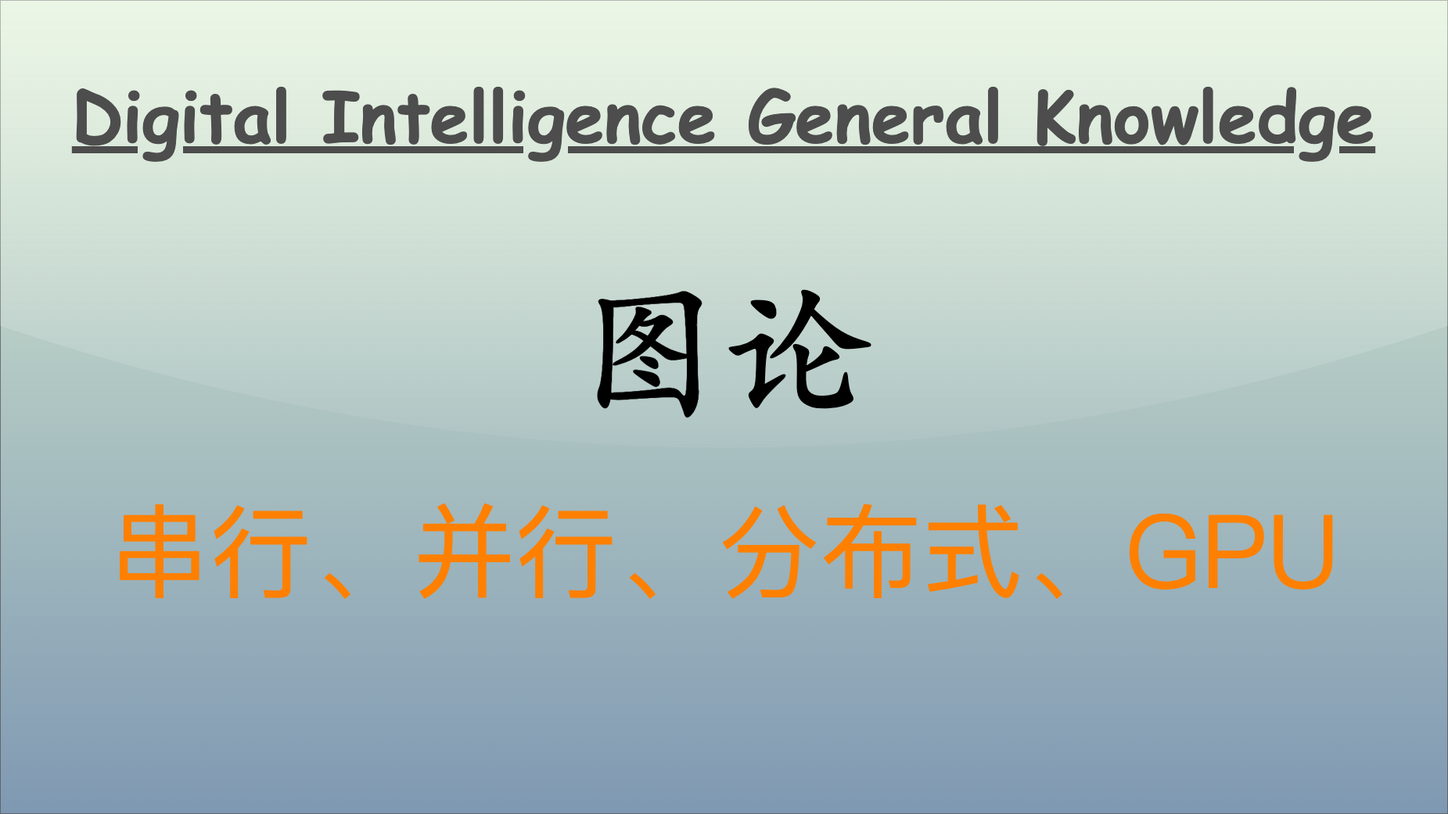
ThreeFish-AI/threefish-ai.github.io keeps this draw.io diagram as articles/general/the-essence-of-computing/assets/计算思维：串行、并行、分布式、GPU.drawio.png. Above is the earlier version. Source tidied: cells renumbered, new cells last; positions are measured from the earlier drawing's top-left corner, leaving out a move shared by most shapes. Source of this version:
```xml
<mxGraphModel>
  <root>
    <mxCell id="0" />
    <mxCell id="1" parent="0" />
    <mxCell id="2" style="rounded=0;whiteSpace=wrap;html=1;spacingLeft=470;opacity=50;textOpacity=50;gradientColor=#003366;fillColor=#B9E0A5;glass=1;shadow=0;" parent="1" vertex="1">
      <mxGeometry width="1850" height="1040" as="geometry" />
    </mxCell>
    <mxCell id="3" value="&lt;span style=&quot;font-family: 宋体; text-align: left; background-color: initial;&quot;&gt;&lt;font color=&quot;#ff8000&quot;&gt;串行、并行、分布式、GPU&lt;/font&gt;&lt;/span&gt;" style="text;html=1;align=center;verticalAlign=middle;strokeColor=none;fillColor=none;fontSize=130;fontColor=default;" parent="1" vertex="1">
      <mxGeometry x="125" y="620" width="1600" height="170" as="geometry" />
    </mxCell>
    <mxCell id="4" value="Digital Intelligence General Knowledge" style="text;align=center;verticalAlign=top;strokeColor=none;fillColor=none;fontColor=#4D4D4D;fontFamily=Comic Sans MS;rotation=0;rounded=0;labelBackgroundColor=none;labelBorderColor=none;gradientColor=#B3B3B3;textShadow=0;fontSize=90;fontStyle=5;" parent="1" vertex="1">
      <mxGeometry x="80" y="86" width="1690" height="120" as="geometry" />
    </mxCell>
    <mxCell id="5" value="&lt;font size=&quot;1&quot; style=&quot;&quot;&gt;&lt;b style=&quot;&quot;&gt;&lt;span style=&quot;font-size: 190px;&quot;&gt;图论&lt;/span&gt;&lt;/b&gt;&lt;/font&gt;" style="text;html=1;align=center;verticalAlign=middle;strokeColor=none;fillColor=none;fontColor=#000000;fontFamily=Kaiti SC;" parent="1" vertex="1">
      <mxGeometry x="725" y="320" width="400" height="240" as="geometry" />
    </mxCell>
  </root>
</mxGraphModel>
```
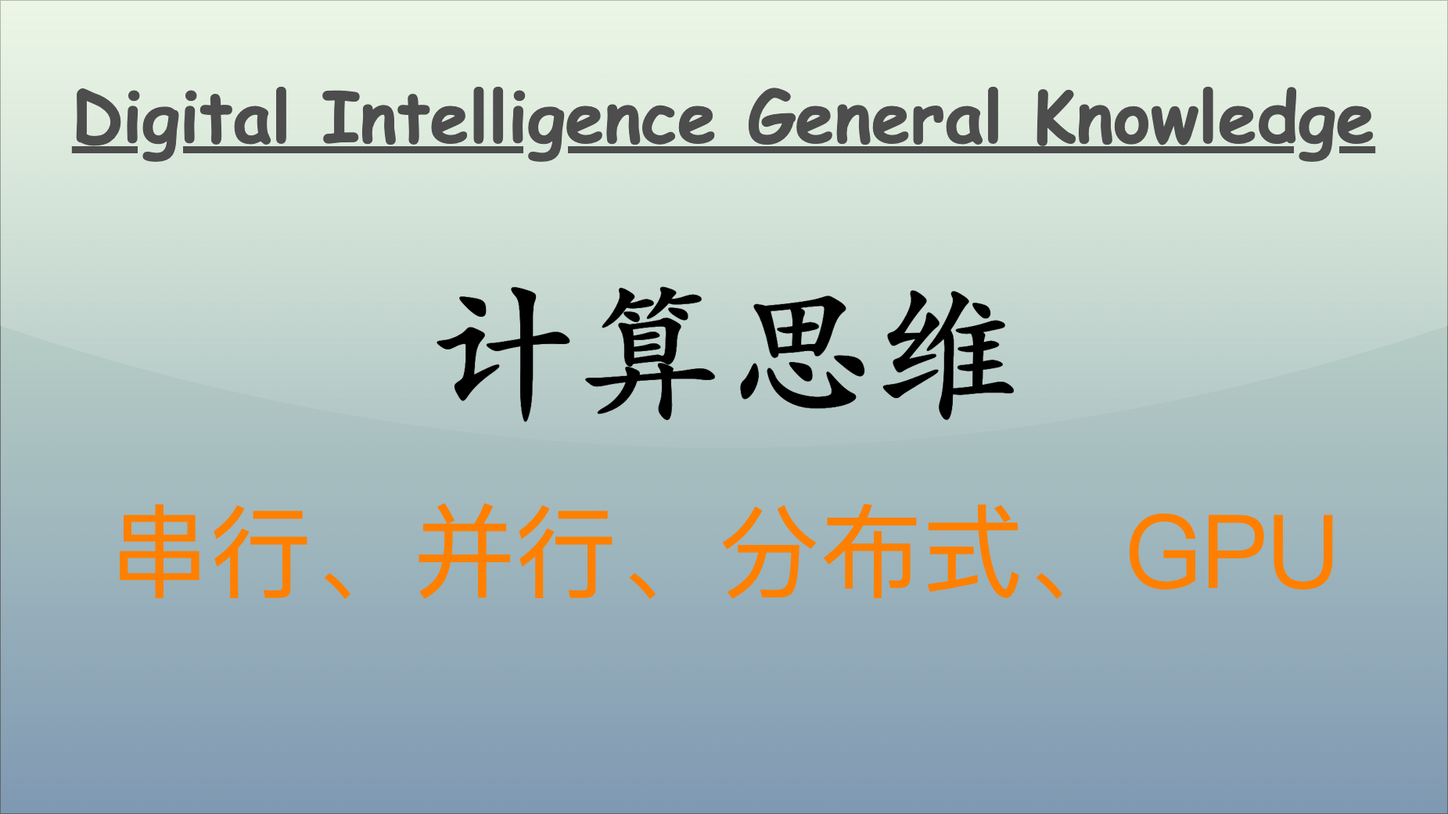
Above is the later version.

The edit, as a diff of the source:
```diff
@@ -11,8 +11,8 @@
     <mxCell id="4" value="Digital Intelligence General Knowledge" style="text;align=center;verticalAlign=top;strokeColor=none;fillColor=none;fontColor=#4D4D4D;fontFamily=Comic Sans MS;rotation=0;rounded=0;labelBackgroundColor=none;labelBorderColor=none;gradientColor=#B3B3B3;textShadow=0;fontSize=90;fontStyle=5;" parent="1" vertex="1">
       <mxGeometry x="80" y="86" width="1690" height="120" as="geometry" />
     </mxCell>
-    <mxCell id="5" value="&lt;font size=&quot;1&quot; style=&quot;&quot;&gt;&lt;b style=&quot;&quot;&gt;&lt;span style=&quot;font-size: 190px;&quot;&gt;图论&lt;/span&gt;&lt;/b&gt;&lt;/font&gt;" style="text;html=1;align=center;verticalAlign=middle;strokeColor=none;fillColor=none;fontColor=#000000;fontFamily=Kaiti SC;" parent="1" vertex="1">
-      <mxGeometry x="725" y="320" width="400" height="240" as="geometry" />
+    <mxCell id="5" value="&lt;font size=&quot;1&quot; style=&quot;&quot;&gt;&lt;b style=&quot;&quot;&gt;&lt;span style=&quot;font-size: 190px;&quot;&gt;计算思维&lt;/span&gt;&lt;/b&gt;&lt;/font&gt;" style="text;html=1;align=center;verticalAlign=middle;strokeColor=none;fillColor=none;fontColor=#000000;fontFamily=Kaiti SC;" parent="1" vertex="1">
+      <mxGeometry x="535" y="320" width="780" height="240" as="geometry" />
     </mxCell>
   </root>
 </mxGraphModel>
```
